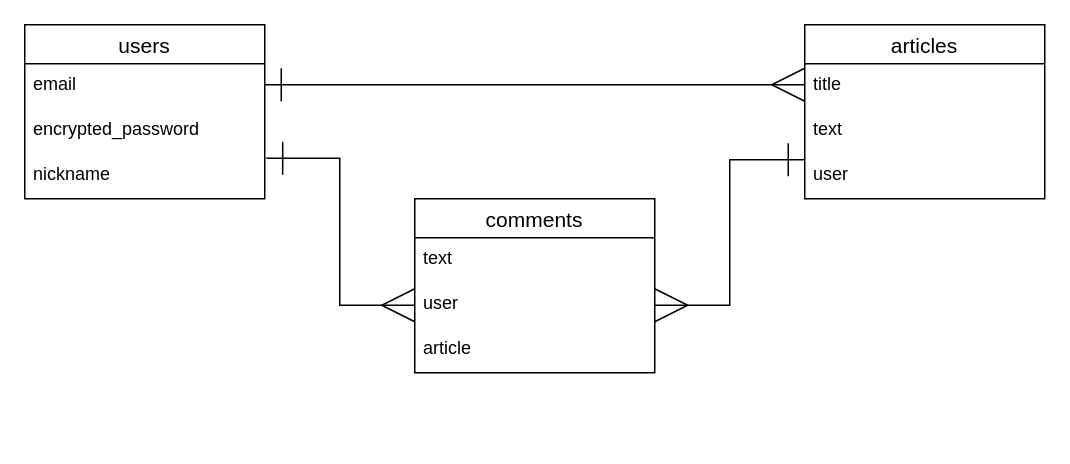
Earlier version of the draw.io diagram potsicleapp.dio (kazuki0925/posticleapp). Source tidied: cells renumbered, new cells numbered last; positions are measured from the earlier drawing's top-left corner, leaving out a move shared by most shapes. Both pictures are drawn from the tidied source at 150%, with x=0, y=0 at pixel (24, 24).
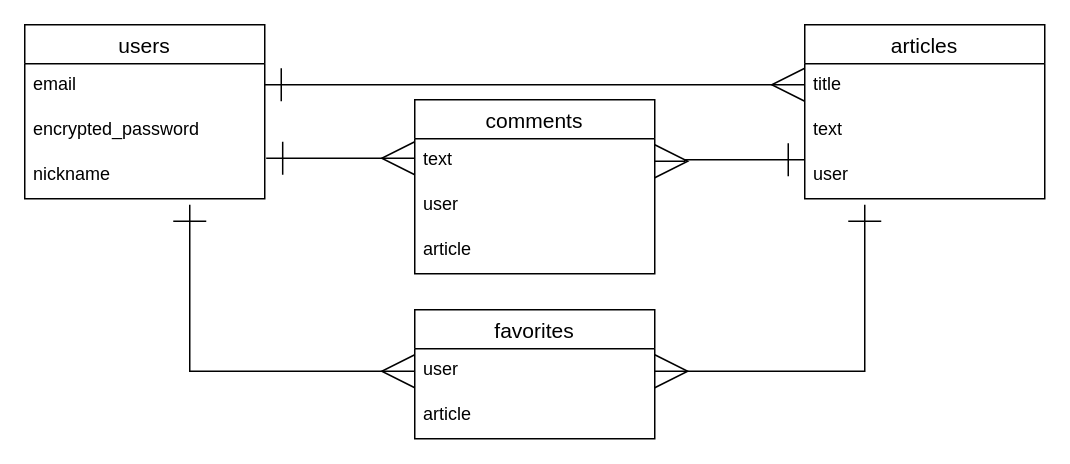
After the change.

Unchanged cells that the change refers to:
```xml
<mxCell id="4" value="encrypted_password" style="text;strokeColor=none;fillColor=none;spacingLeft=4;spacingRight=4;overflow=hidden;points=[[0,0.5],[1,0.5]];portConstraint=eastwest;fontSize=12;" parent="2" vertex="1">
  <mxGeometry y="56" width="160" height="30" as="geometry" />
</mxCell>
<mxCell id="12" value="text" style="text;strokeColor=none;fillColor=none;spacingLeft=4;spacingRight=4;overflow=hidden;points=[[0,0.5],[1,0.5]];portConstraint=eastwest;fontSize=12;" parent="11" vertex="1">
  <mxGeometry y="26" width="160" height="30" as="geometry" />
</mxCell>
<mxCell id="13" value="user" style="text;strokeColor=none;fillColor=none;spacingLeft=4;spacingRight=4;overflow=hidden;points=[[0,0.5],[1,0.5]];portConstraint=eastwest;fontSize=12;" parent="11" vertex="1">
  <mxGeometry y="56" width="160" height="30" as="geometry" />
</mxCell>
```

Diff of the diagram source:
```diff
@@
     <mxCell id="11" value="comments" style="swimlane;fontStyle=0;horizontal=1;startSize=26;align=center;fontSize=14;" parent="1" vertex="1">
-      <mxGeometry x="260" y="116" width="160" height="116" as="geometry" />
+      <mxGeometry x="260" y="50" width="160" height="116" as="geometry" />
     </mxCell>
@@
-    <mxCell id="15" style="edgeStyle=orthogonalEdgeStyle;rounded=0;jettySize=auto;html=1;exitX=1;exitY=0.5;exitDx=0;exitDy=0;endArrow=ERone;endFill=0;endSize=20;startArrow=ERmany;startFill=0;startSize=20;" parent="1" edge="1" source="13">
+    <mxCell id="15" style="edgeStyle=orthogonalEdgeStyle;rounded=0;jettySize=auto;html=1;endArrow=ERone;endFill=0;endSize=20;startArrow=ERmany;startFill=0;startSize=20;exitX=1;exitY=0.5;exitDx=0;exitDy=0;" parent="1" edge="1" source="12">
       <mxGeometry relative="1" as="geometry">
         <mxPoint x="520" y="90" as="targetPoint" />
         <Array as="points">
-          <mxPoint x="470" y="187" />
-          <mxPoint x="470" y="90" />
-          <mxPoint x="520" y="90" />
+          <mxPoint x="440" y="91" />
+          <mxPoint x="440" y="90" />
         </Array>
       </mxGeometry>
     </mxCell>
-    <mxCell id="16" style="edgeStyle=orthogonalEdgeStyle;rounded=0;jettySize=auto;html=1;exitX=0;exitY=0.5;exitDx=0;exitDy=0;entryX=1.006;entryY=1.1;entryDx=0;entryDy=0;entryPerimeter=0;startArrow=ERmany;startFill=0;startSize=20;endArrow=ERone;endFill=0;endSize=20;" parent="1" edge="1" source="13" target="4">
-      <mxGeometry relative="1" as="geometry" />
+    <mxCell id="16" style="edgeStyle=orthogonalEdgeStyle;rounded=0;jettySize=auto;html=1;entryX=1.006;entryY=1.1;entryDx=0;entryDy=0;entryPerimeter=0;startArrow=ERmany;startFill=0;startSize=20;endArrow=ERone;endFill=0;endSize=20;" parent="1" edge="1" target="4">
+      <mxGeometry relative="1" as="geometry">
+        <mxPoint x="260" y="89" as="sourcePoint" />
+        <Array as="points">
+          <mxPoint x="260" y="89" />
+        </Array>
+      </mxGeometry>
     </mxCell>
+    <mxCell id="17" value="favorites" style="swimlane;fontStyle=0;horizontal=1;startSize=26;align=center;fontSize=14;" parent="1" vertex="1">
+      <mxGeometry x="260" y="190" width="160" height="86" as="geometry" />
+    </mxCell>
+    <mxCell id="18" value="user" style="text;strokeColor=none;fillColor=none;spacingLeft=4;spacingRight=4;overflow=hidden;points=[[0,0.5],[1,0.5]];portConstraint=eastwest;fontSize=12;" parent="17" vertex="1">
+      <mxGeometry y="26" width="160" height="30" as="geometry" />
+    </mxCell>
+    <mxCell id="19" value="article" style="text;strokeColor=none;fillColor=none;spacingLeft=4;spacingRight=4;overflow=hidden;fontSize=12;" parent="17" vertex="1">
+      <mxGeometry y="56" width="160" height="30" as="geometry" />
+    </mxCell>
+    <mxCell id="20" style="edgeStyle=orthogonalEdgeStyle;rounded=0;jettySize=auto;html=1;exitX=0;exitY=0.5;exitDx=0;exitDy=0;endArrow=ERone;endFill=0;endSize=20;startArrow=ERmany;startFill=0;startSize=20;" parent="1" edge="1" source="18">
+      <mxGeometry relative="1" as="geometry">
+        <mxPoint x="110" y="120" as="targetPoint" />
+        <Array as="points">
+          <mxPoint x="110" y="231" />
+          <mxPoint x="110" y="120" />
+        </Array>
+      </mxGeometry>
+    </mxCell>
+    <mxCell id="21" style="edgeStyle=orthogonalEdgeStyle;rounded=0;jettySize=auto;html=1;exitX=1;exitY=0.5;exitDx=0;exitDy=0;endArrow=ERone;endFill=0;endSize=20;startArrow=ERmany;startFill=0;startSize=20;" parent="1" edge="1" source="18">
+      <mxGeometry relative="1" as="geometry">
+        <mxPoint x="560" y="120" as="targetPoint" />
+        <Array as="points">
+          <mxPoint x="560" y="231" />
+        </Array>
+      </mxGeometry>
+    </mxCell>
```
